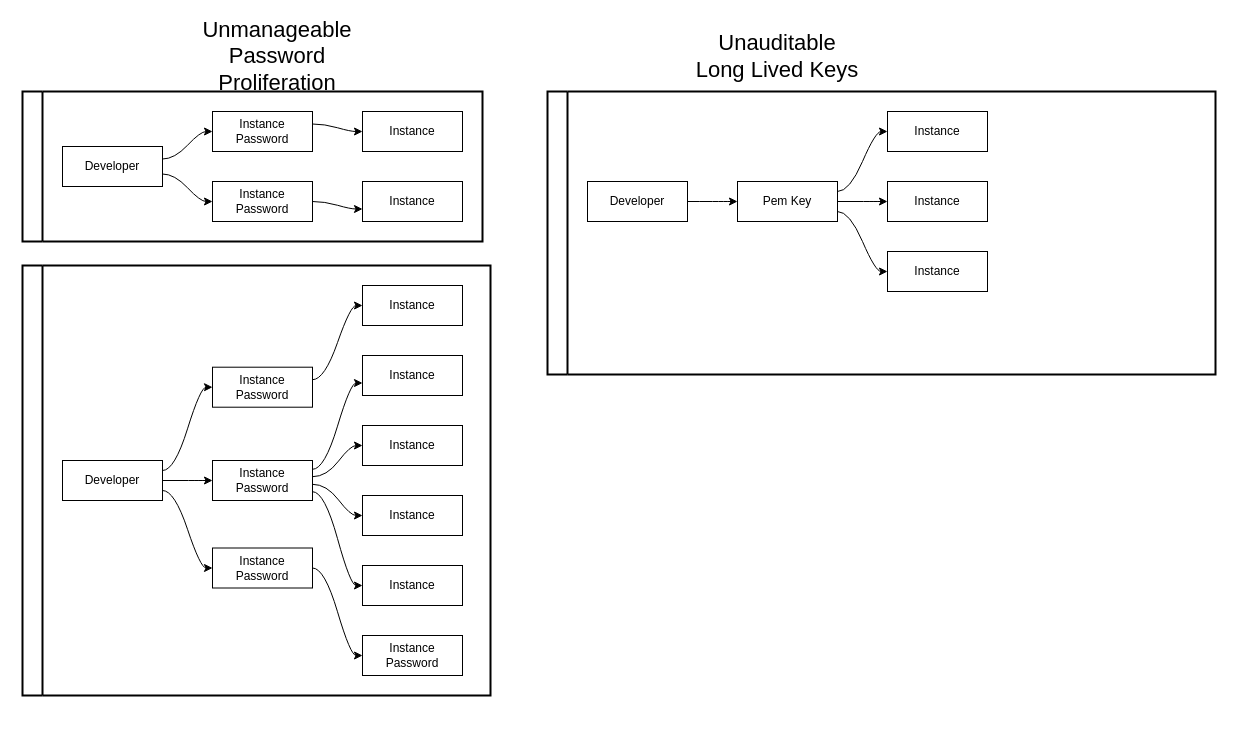
Earlier version of the draw.io diagram Untitled Diagram.drawio (biofool/vault-ssh-helper). Source tidied: cells renumbered, new cells numbered last; positions are measured from the earlier drawing's top-left corner, leaving out a move shared by most shapes. Both pictures are drawn from the tidied source at 100%, with x=0, y=0 at pixel (22, 31).
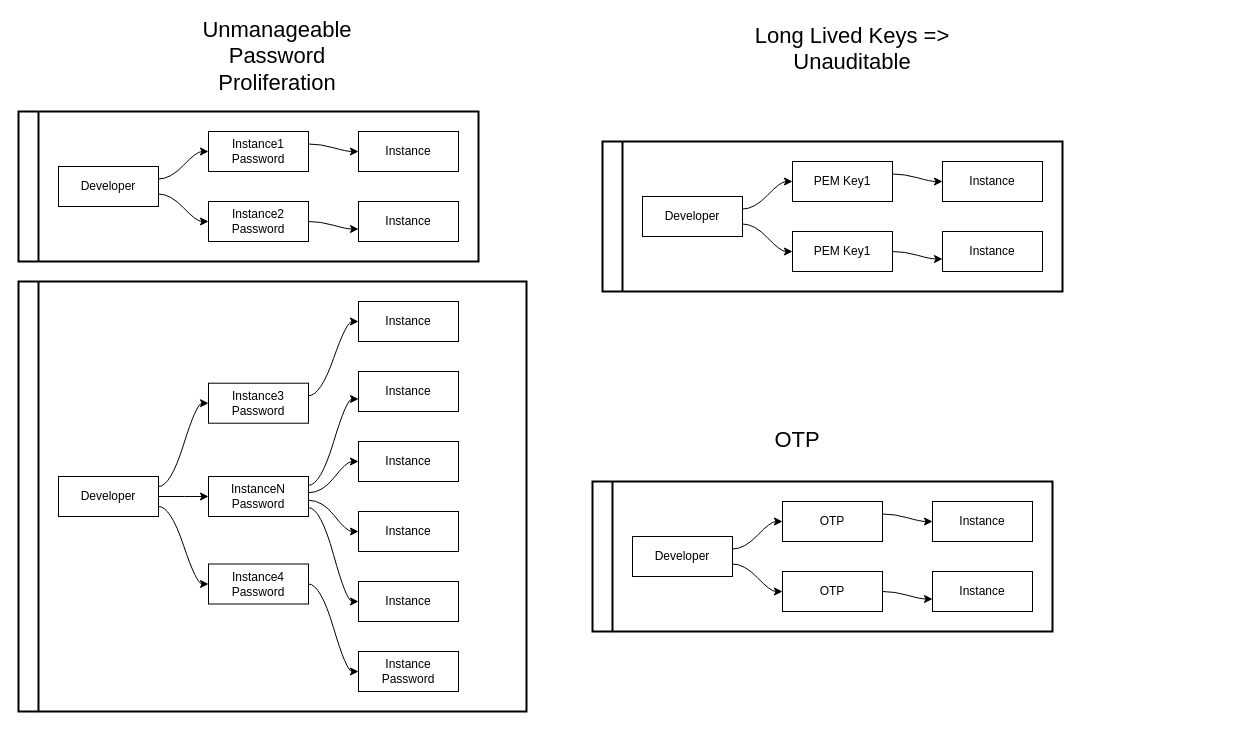
Above is the later version.

Change to the diagram source:
```diff
@@
     <mxCell id="2" style="swimlane;html=1;startSize=20;horizontal=0;flowOrientation=west;interRankCellSpacing=50;containerType=tree;strokeColor=#000000;strokeWidth=2;" parent="1" vertex="1">
-      <mxGeometry y="60" width="460" height="150" as="geometry" />
+      <mxGeometry x="-4" y="80" width="460" height="150" as="geometry" />
     </mxCell>
@@
-    <mxCell id="4" value="&lt;div&gt;Instance&lt;/div&gt;Password" style="whiteSpace=wrap;html=1;" parent="2" vertex="1">
+    <mxCell id="4" value="&lt;div&gt;Instance1&lt;/div&gt;Password" style="whiteSpace=wrap;html=1;" parent="2" vertex="1">
       <mxGeometry x="190" y="20" width="100" height="40" as="geometry" />
     </mxCell>
@@
-    <mxCell id="6" value="&lt;div&gt;Instance&lt;/div&gt;Password" style="whiteSpace=wrap;html=1;" parent="2" vertex="1">
+    <mxCell id="6" value="&lt;div&gt;Instance2&lt;/div&gt;Password" style="whiteSpace=wrap;html=1;" parent="2" vertex="1">
       <mxGeometry x="190" y="90" width="100" height="40" as="geometry" />
     </mxCell>
@@
-    <mxCell id="13" style="swimlane;html=1;startSize=20;horizontal=0;flowOrientation=west;interRankCellSpacing=50;containerType=tree;strokeColor=#000000;strokeWidth=2;" parent="1" vertex="1">
-      <mxGeometry x="525" y="60" width="668" height="283" as="geometry" />
-    </mxCell>
-    <mxCell id="14" value="Developer" style="whiteSpace=wrap;html=1;" parent="13" vertex="1">
-      <mxGeometry x="40" y="90" width="100" height="40" as="geometry" />
-    </mxCell>
-    <mxCell id="15" value="Pem Key" style="whiteSpace=wrap;html=1;" parent="13" vertex="1">
-      <mxGeometry x="190" y="90" width="100" height="40" as="geometry" />
-    </mxCell>
-    <mxCell id="16" style="html=1;curved=1;noEdgeStyle=1;orthogonal=1;" parent="13" edge="1" source="14" target="15">
-      <mxGeometry relative="1" as="geometry">
-        <Array as="points">
-          <mxPoint x="152" y="110" />
-          <mxPoint x="178" y="110" />
-        </Array>
-      </mxGeometry>
-    </mxCell>
-    <mxCell id="17" style="html=1;curved=1;noEdgeStyle=1;orthogonal=1;strokeColor=none;" parent="13" edge="1" source="15">
-      <mxGeometry relative="1" as="geometry">
-        <mxPoint x="660" y="262.5" as="targetPoint" />
-        <Array as="points">
-          <mxPoint x="622" y="207.5" />
-          <mxPoint x="648" y="262.5" />
-        </Array>
-      </mxGeometry>
-    </mxCell>
-    <mxCell id="18" value="Instance" style="whiteSpace=wrap;html=1;" parent="13" vertex="1">
-      <mxGeometry x="340" y="20" width="100" height="40" as="geometry" />
-    </mxCell>
-    <mxCell id="19" style="html=1;curved=1;noEdgeStyle=1;orthogonal=1;" parent="13" edge="1" source="15" target="18">
-      <mxGeometry relative="1" as="geometry">
-        <Array as="points">
-          <mxPoint x="302" y="100" />
-          <mxPoint x="328" y="40" />
-        </Array>
-      </mxGeometry>
-    </mxCell>
-    <mxCell id="20" value="Instance" style="whiteSpace=wrap;html=1;" parent="13" vertex="1">
-      <mxGeometry x="340" y="90" width="100" height="40" as="geometry" />
-    </mxCell>
-    <mxCell id="21" style="html=1;curved=1;noEdgeStyle=1;orthogonal=1;" parent="13" edge="1" source="15" target="20">
-      <mxGeometry relative="1" as="geometry">
-        <Array as="points">
-          <mxPoint x="304" y="110" />
-          <mxPoint x="328" y="110" />
-        </Array>
-      </mxGeometry>
-    </mxCell>
-    <mxCell id="22" value="Instance" style="whiteSpace=wrap;html=1;" parent="13" vertex="1">
-      <mxGeometry x="340" y="160" width="100" height="40" as="geometry" />
-    </mxCell>
-    <mxCell id="23" style="html=1;curved=1;noEdgeStyle=1;orthogonal=1;" parent="13" edge="1" source="15" target="22">
-      <mxGeometry relative="1" as="geometry">
-        <Array as="points">
-          <mxPoint x="302" y="120" />
-          <mxPoint x="328" y="180" />
-        </Array>
-      </mxGeometry>
-    </mxCell>
     <mxCell id="24" style="swimlane;html=1;startSize=20;horizontal=0;flowOrientation=west;interRankCellSpacing=50;containerType=tree;strokeColor=#000000;strokeWidth=2;" parent="1" vertex="1">
-      <mxGeometry y="234" width="468" height="430" as="geometry" />
+      <mxGeometry x="-4" y="250" width="508" height="430" as="geometry" />
     </mxCell>
@@
-    <mxCell id="26" value="&lt;div&gt;Instance&lt;/div&gt;Password" style="whiteSpace=wrap;html=1;" parent="24" vertex="1">
+    <mxCell id="26" value="&lt;div&gt;Instance3&lt;/div&gt;Password" style="whiteSpace=wrap;html=1;" parent="24" vertex="1">
       <mxGeometry x="190" y="101.7" width="100" height="40" as="geometry" />
     </mxCell>
@@
-    <mxCell id="28" value="&lt;div&gt;Instance&lt;/div&gt;Password" style="whiteSpace=wrap;html=1;" parent="24" vertex="1">
+    <mxCell id="28" value="&lt;div&gt;InstanceN&lt;/div&gt;Password" style="whiteSpace=wrap;html=1;" parent="24" vertex="1">
       <mxGeometry x="190" y="195" width="100" height="40" as="geometry" />
     </mxCell>
@@
-    <mxCell id="35" value="&lt;div&gt;Instance&lt;/div&gt;Password" style="whiteSpace=wrap;html=1;" parent="24" vertex="1">
+    <mxCell id="35" value="&lt;div&gt;Instance4&lt;/div&gt;Password" style="whiteSpace=wrap;html=1;" parent="24" vertex="1">
       <mxGeometry x="190" y="282.5" width="100" height="40" as="geometry" />
     </mxCell>
     <mxCell id="36" style="html=1;curved=1;noEdgeStyle=1;orthogonal=1;strokeColor=none;" parent="24" edge="1" source="26">
       <mxGeometry relative="1" as="geometry">
-        <mxPoint x="460" y="107.5" as="targetPoint" />
+        <mxPoint x="500" y="127.5" as="targetPoint" />
         <Array as="points">
-          <mxPoint x="422" y="210" />
-          <mxPoint x="448" y="107.5" />
+          <mxPoint x="462" y="230" />
+          <mxPoint x="488" y="127.5" />
         </Array>
       </mxGeometry>
     </mxCell>
@@
-    <mxCell id="47" value="&lt;div&gt;&lt;font style=&quot;font-size: 22px&quot;&gt;Unauditable&lt;/font&gt;&lt;/div&gt;&lt;div&gt;&lt;font style=&quot;font-size: 22px&quot;&gt;Long Lived Keys&lt;/font&gt;&lt;/div&gt;" style="text;html=1;strokeColor=none;fillColor=none;align=center;verticalAlign=middle;whiteSpace=wrap;rounded=0;" parent="1" vertex="1">
-      <mxGeometry x="650" width="210" height="50" as="geometry" />
+    <mxCell id="47" value="&lt;div&gt;&lt;div&gt;&lt;font style=&quot;font-size: 22px&quot;&gt;Long Lived Keys =&amp;gt;&lt;br&gt;&lt;/font&gt;&lt;/div&gt;&lt;font style=&quot;font-size: 22px&quot;&gt;Unauditable&lt;/font&gt;&lt;/div&gt;&lt;div&gt;&lt;br&gt;&lt;/div&gt;" style="text;html=1;strokeColor=none;fillColor=none;align=center;verticalAlign=middle;whiteSpace=wrap;rounded=0;" parent="1" vertex="1">
+      <mxGeometry x="650" width="360" height="50" as="geometry" />
     </mxCell>
+    <mxCell id="48" style="swimlane;html=1;startSize=20;horizontal=0;flowOrientation=west;interRankCellSpacing=50;containerType=tree;strokeColor=#000000;strokeWidth=2;" parent="1" vertex="1">
+      <mxGeometry x="570" y="450" width="460" height="150" as="geometry" />
+    </mxCell>
+    <mxCell id="49" value="Developer" style="whiteSpace=wrap;html=1;" parent="48" vertex="1">
+      <mxGeometry x="40" y="55" width="100" height="40" as="geometry" />
+    </mxCell>
+    <mxCell id="50" value="OTP" style="whiteSpace=wrap;html=1;" parent="48" vertex="1">
+      <mxGeometry x="190" y="20" width="100" height="40" as="geometry" />
+    </mxCell>
+    <mxCell id="51" style="html=1;curved=1;noEdgeStyle=1;orthogonal=1;" parent="48" edge="1" source="49" target="50">
+      <mxGeometry relative="1" as="geometry">
+        <Array as="points">
+          <mxPoint x="152" y="67.5" />
+          <mxPoint x="178" y="40" />
+        </Array>
+      </mxGeometry>
+    </mxCell>
+    <mxCell id="52" value="OTP" style="whiteSpace=wrap;html=1;" parent="48" vertex="1">
+      <mxGeometry x="190" y="90" width="100" height="40" as="geometry" />
+    </mxCell>
+    <mxCell id="53" style="html=1;curved=1;noEdgeStyle=1;orthogonal=1;" parent="48" edge="1" source="49" target="52">
+      <mxGeometry relative="1" as="geometry">
+        <Array as="points">
+          <mxPoint x="152" y="82.5" />
+          <mxPoint x="178" y="110" />
+        </Array>
+      </mxGeometry>
+    </mxCell>
+    <mxCell id="54" value="Instance" style="whiteSpace=wrap;html=1;" parent="48" vertex="1">
+      <mxGeometry x="340" y="90" width="100" height="40" as="geometry" />
+    </mxCell>
+    <mxCell id="55" style="html=1;curved=1;noEdgeStyle=1;orthogonal=1;strokeColor=none;" parent="48" edge="1" source="50" target="54">
+      <mxGeometry relative="1" as="geometry">
+        <Array as="points">
+          <mxPoint x="302" y="47.5" />
+          <mxPoint x="328" y="102.5" />
+        </Array>
+      </mxGeometry>
+    </mxCell>
+    <mxCell id="56" style="html=1;curved=1;noEdgeStyle=1;orthogonal=1;" parent="48" edge="1" source="52" target="54">
+      <mxGeometry relative="1" as="geometry">
+        <Array as="points">
+          <mxPoint x="302" y="110" />
+          <mxPoint x="328" y="117.5" />
+        </Array>
+      </mxGeometry>
+    </mxCell>
+    <mxCell id="57" value="Instance" style="whiteSpace=wrap;html=1;" parent="48" vertex="1">
+      <mxGeometry x="340" y="20" width="100" height="40" as="geometry" />
+    </mxCell>
+    <mxCell id="58" style="html=1;curved=1;noEdgeStyle=1;orthogonal=1;" parent="48" edge="1" source="50" target="57">
+      <mxGeometry relative="1" as="geometry">
+        <Array as="points">
+          <mxPoint x="302" y="32.5" />
+          <mxPoint x="328" y="40" />
+        </Array>
+      </mxGeometry>
+    </mxCell>
+    <mxCell id="59" value="&lt;font style=&quot;font-size: 22px&quot;&gt;OTP&lt;/font&gt;" style="text;html=1;strokeColor=none;fillColor=none;align=center;verticalAlign=middle;whiteSpace=wrap;rounded=0;" parent="1" vertex="1">
+      <mxGeometry x="670" y="384" width="210" height="50" as="geometry" />
+    </mxCell>
+    <mxCell id="60" style="swimlane;html=1;startSize=20;horizontal=0;flowOrientation=west;interRankCellSpacing=50;containerType=tree;strokeColor=#000000;strokeWidth=2;" parent="1" vertex="1">
+      <mxGeometry x="580" y="110" width="460" height="150" as="geometry" />
+    </mxCell>
+    <mxCell id="61" value="Developer" style="whiteSpace=wrap;html=1;" parent="60" vertex="1">
+      <mxGeometry x="40" y="55" width="100" height="40" as="geometry" />
+    </mxCell>
+    <mxCell id="62" value="PEM Key1" style="whiteSpace=wrap;html=1;" parent="60" vertex="1">
+      <mxGeometry x="190" y="20" width="100" height="40" as="geometry" />
+    </mxCell>
+    <mxCell id="63" style="html=1;curved=1;noEdgeStyle=1;orthogonal=1;" parent="60" edge="1" source="61" target="62">
+      <mxGeometry relative="1" as="geometry">
+        <Array as="points">
+          <mxPoint x="152" y="67.5" />
+          <mxPoint x="178" y="40" />
+        </Array>
+      </mxGeometry>
+    </mxCell>
+    <mxCell id="64" value="PEM Key1" style="whiteSpace=wrap;html=1;" parent="60" vertex="1">
+      <mxGeometry x="190" y="90" width="100" height="40" as="geometry" />
+    </mxCell>
+    <mxCell id="65" style="html=1;curved=1;noEdgeStyle=1;orthogonal=1;" parent="60" edge="1" source="61" target="64">
+      <mxGeometry relative="1" as="geometry">
+        <Array as="points">
+          <mxPoint x="152" y="82.5" />
+          <mxPoint x="178" y="110" />
+        </Array>
+      </mxGeometry>
+    </mxCell>
+    <mxCell id="66" value="Instance" style="whiteSpace=wrap;html=1;" parent="60" vertex="1">
+      <mxGeometry x="340" y="90" width="100" height="40" as="geometry" />
+    </mxCell>
+    <mxCell id="67" style="html=1;curved=1;noEdgeStyle=1;orthogonal=1;strokeColor=none;" parent="60" edge="1" source="62" target="66">
+      <mxGeometry relative="1" as="geometry">
+        <Array as="points">
+          <mxPoint x="302" y="47.5" />
+          <mxPoint x="328" y="102.5" />
+        </Array>
+      </mxGeometry>
+    </mxCell>
+    <mxCell id="68" style="html=1;curved=1;noEdgeStyle=1;orthogonal=1;" parent="60" edge="1" source="64" target="66">
+      <mxGeometry relative="1" as="geometry">
+        <Array as="points">
+          <mxPoint x="302" y="110" />
+          <mxPoint x="328" y="117.5" />
+        </Array>
+      </mxGeometry>
+    </mxCell>
+    <mxCell id="69" value="Instance" style="whiteSpace=wrap;html=1;" parent="60" vertex="1">
+      <mxGeometry x="340" y="20" width="100" height="40" as="geometry" />
+    </mxCell>
+    <mxCell id="70" style="html=1;curved=1;noEdgeStyle=1;orthogonal=1;" parent="60" edge="1" source="62" target="69">
+      <mxGeometry relative="1" as="geometry">
+        <Array as="points">
+          <mxPoint x="302" y="32.5" />
+          <mxPoint x="328" y="40" />
+        </Array>
+      </mxGeometry>
+    </mxCell>
```
